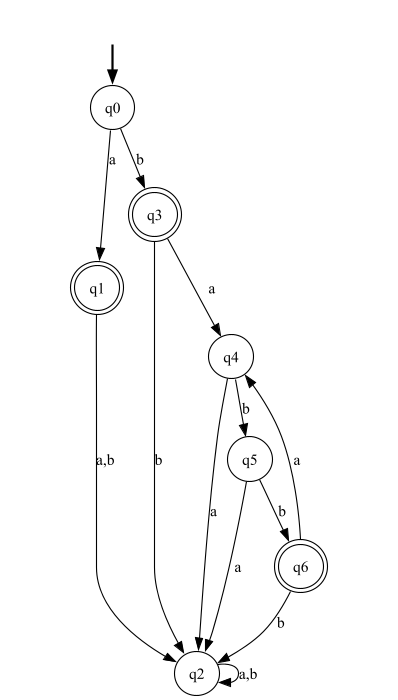
Earlier version of the Graphviz export a2_q1.png (borisonekenobi/se3310-assignment2-bvasilev). Its source is kept beside it as a2_q1.dot. The source it was exported from:
```dot
digraph {
    fake [style = invisible]
    q0 [root = true, shape = circle]
    fake -> q0 [style = bold]
    q1 [shape = doublecircle]
    q2 [shape = circle]
    q3 [shape = doublecircle]
    q4 [shape = circle]
    q5 [shape = circle]
    q6 [shape = doublecircle]
    q0 -> q1 [label = "a"]
    q0 -> q3 [label = "b"]
    q1 -> q2 [label = "a,b"]
    q2 -> q2 [label = "a,b"]
    q3 -> q4 [label = "a"]
    q3 -> q2 [label = "b"]
    q4 -> q2 [label = "a"]
    q4 -> q5 [label = "b"]
    q5 -> q2 [label = "a"]
    q5 -> q6 [label = "b"]
    q6 -> q4 [label = "a"]
    q6 -> q2 [label = "b"]
}
```
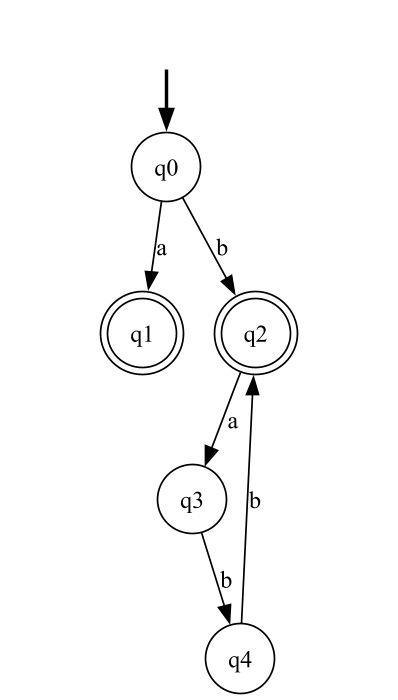
Above is the later version.

What changed in the source:
```diff
@@ -1,23 +1,15 @@
-digraph {
+digraph NFA {
     fake [style = invisible]
     q0 [root = true, shape = circle]
+    q1 [shape = doublecircle]
+    q2 [shape = doublecircle]
+    q3 [shape = circle]
+    q4 [shape = circle]
+
     fake -> q0 [style = bold]
-    q1 [shape = doublecircle]
-    q2 [shape = circle]
-    q3 [shape = doublecircle]
-    q4 [shape = circle]
-    q5 [shape = circle]
-    q6 [shape = doublecircle]
     q0 -> q1 [label = "a"]
-    q0 -> q3 [label = "b"]
-    q1 -> q2 [label = "a,b"]
-    q2 -> q2 [label = "a,b"]
-    q3 -> q4 [label = "a"]
-    q3 -> q2 [label = "b"]
-    q4 -> q2 [label = "a"]
-    q4 -> q5 [label = "b"]
-    q5 -> q2 [label = "a"]
-    q5 -> q6 [label = "b"]
-    q6 -> q4 [label = "a"]
-    q6 -> q2 [label = "b"]
+    q0 -> q2 [label = "b"]
+    q2 -> q3 [label = "a"]
+    q3 -> q4 [label = "b"]
+    q4 -> q2 [label = "b"]
 }
```
